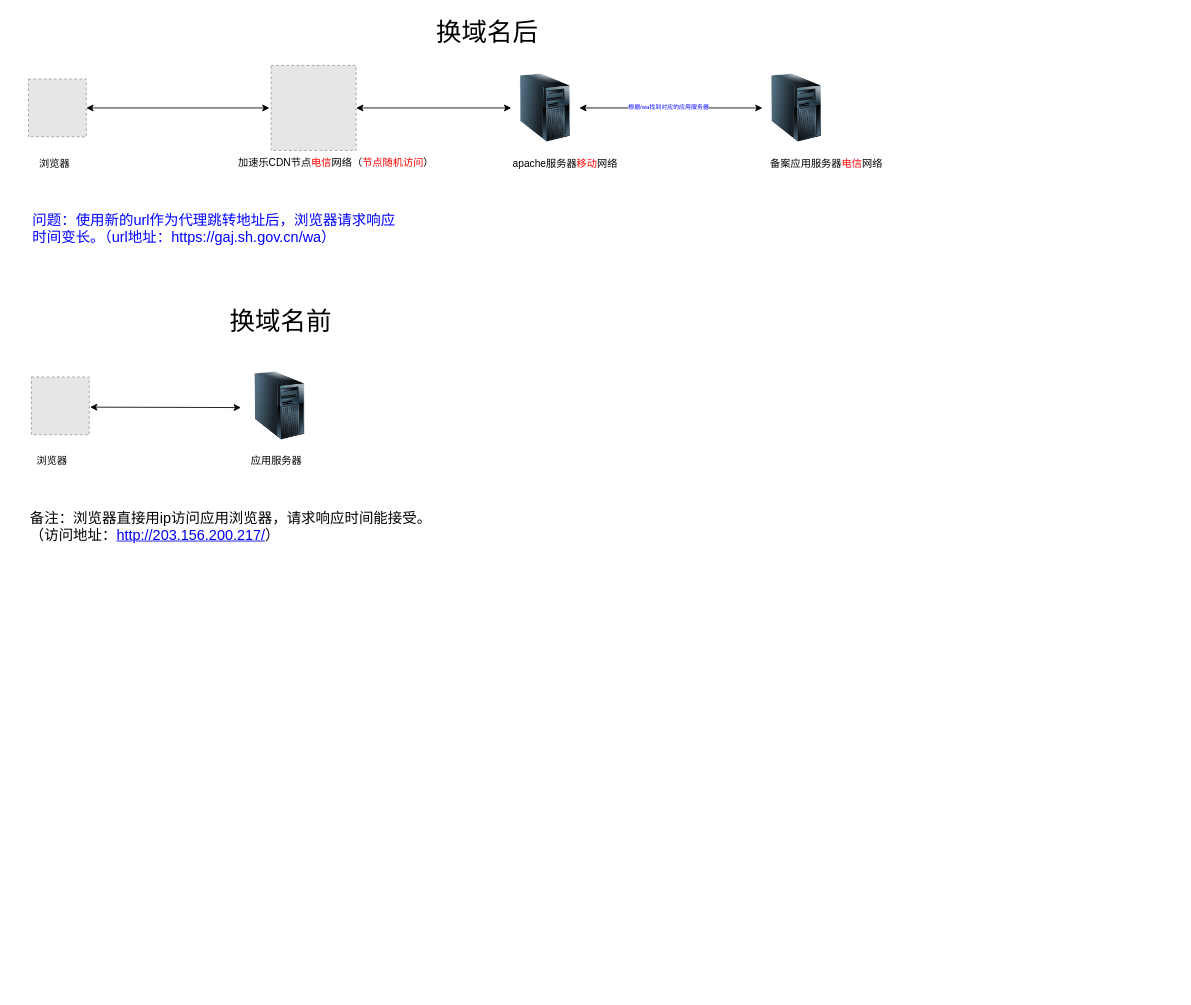
Above: 未命名表单.drawio in wilburli/draw (draw.io), before the change. Source tidied: cells renumbered, new cells numbered last; positions are measured from the earlier drawing's top-left corner, leaving out a move shared by most shapes. Both pictures are drawn from the tidied source at 85%, with x=0, y=0 at pixel (28, 14). Pictures stored in the file or linked from it are replaced by grey dashed boxes.
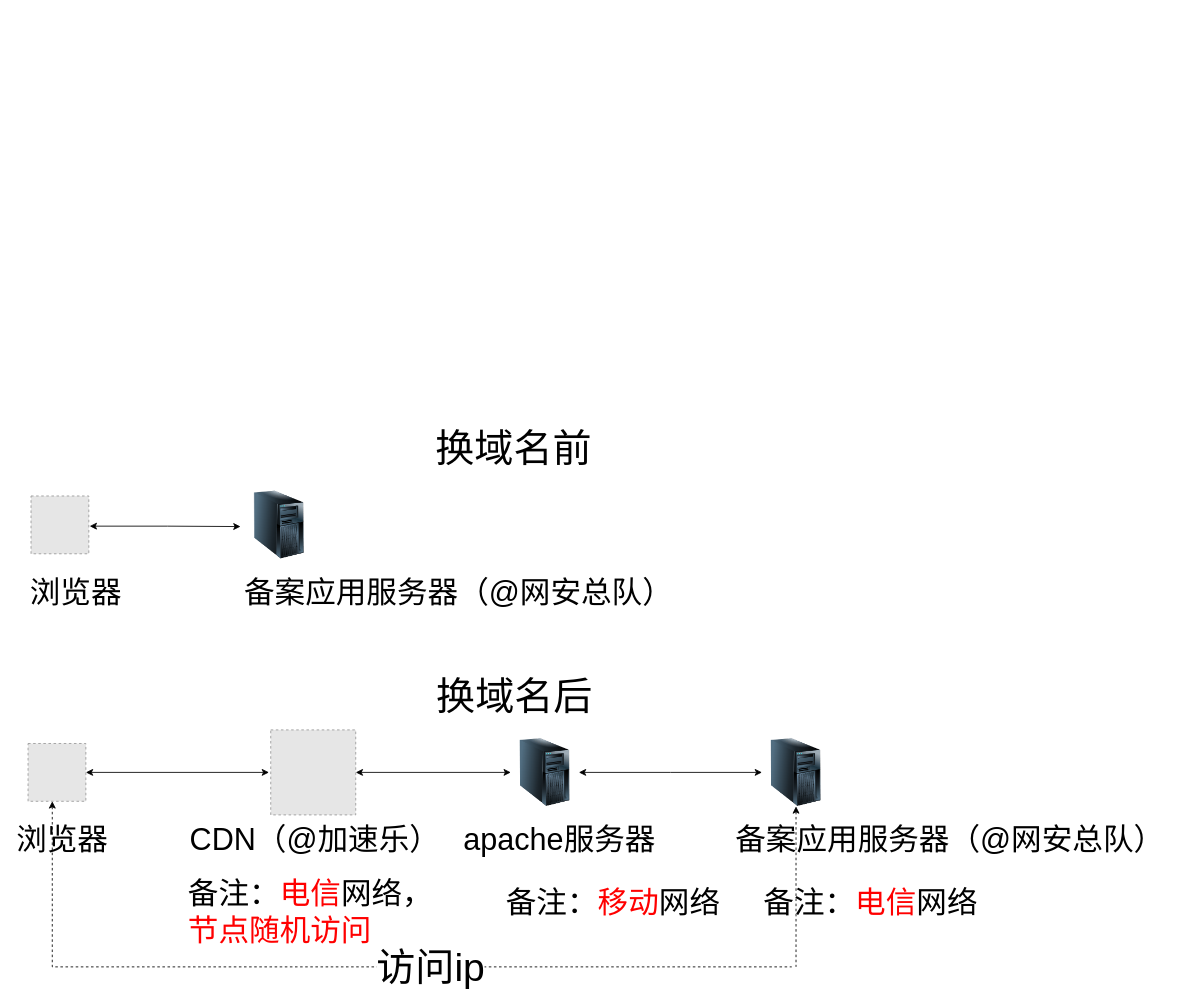
The same page after the edit.

Commit message:
更新未命名表单.drawio

The edit, as a diff of the source:
```diff
@@
     <mxCell id="2" style="edgeStyle=orthogonalEdgeStyle;rounded=0;jettySize=auto;html=1;startArrow=classic;startFill=1;" parent="1" edge="1" source="3">
       <mxGeometry relative="1" as="geometry">
-        <mxPoint x="863.5" y="109.5" as="targetPoint" />
+        <mxPoint x="863" y="891.2" as="targetPoint" />
       </mxGeometry>
     </mxCell>
     <mxCell id="3" style="image;html=1;labelBackgroundColor=#ffffff;image=img/lib/clip_art/computers/Server_Tower_128x128.png;" parent="1" vertex="1">
-      <mxGeometry x="568" y="69.5" width="80" height="80" as="geometry" />
+      <mxGeometry x="567.5" y="851.2" width="80" height="80" as="geometry" />
     </mxCell>
-    <mxCell id="4" value="apache服务器&lt;font color=&quot;#ff0000&quot;&gt;移动&lt;/font&gt;网络" style="text;html=1;align=left;verticalAlign=top;spacingTop=-4;" parent="1" vertex="1">
-      <mxGeometry x="568" y="164.5" width="140" height="20" as="geometry" />
+    <mxCell id="4" value="apache服务器" style="text;html=1;align=left;verticalAlign=top;spacingTop=-4;fontSize=36;" parent="1" vertex="1">
+      <mxGeometry x="510" y="946.2" width="240" height="40" as="geometry" />
     </mxCell>
+    <mxCell id="23" style="edgeStyle=elbowEdgeStyle;rounded=0;jettySize=auto;html=1;startArrow=classic;startFill=1;fontSize=46;endArrow=none;endFill=0;dashed=1;" parent="1" edge="1" source="5">
+      <mxGeometry relative="1" as="geometry">
+        <mxPoint x="903" y="1120" as="targetPoint" />
+      </mxGeometry>
+    </mxCell>
     <mxCell id="5" style="image;html=1;labelBackgroundColor=#ffffff;image=img/lib/clip_art/computers/Server_Tower_128x128.png;" parent="1" vertex="1">
-      <mxGeometry x="863.5" y="69.5" width="80" height="80" as="geometry" />
+      <mxGeometry x="863" y="851.2" width="80" height="80" as="geometry" />
     </mxCell>
-    <mxCell id="6" value="备案应用服务器&lt;font color=&quot;#ff0000&quot;&gt;电信&lt;/font&gt;网络" style="text;html=1;align=left;verticalAlign=top;spacingTop=-4;" parent="1" vertex="1">
-      <mxGeometry x="870.5" y="164.5" width="150" height="20" as="geometry" />
+    <mxCell id="6" value="备案应用服务器（@网安总队）" style="text;html=1;align=left;verticalAlign=top;spacingTop=-4;fontSize=36;" parent="1" vertex="1">
+      <mxGeometry x="830" y="946.2" width="520" height="40" as="geometry" />
     </mxCell>
     <mxCell id="7" style="edgeStyle=orthogonalEdgeStyle;rounded=0;jettySize=auto;html=1;startArrow=classic;startFill=1;entryX=-0.069;entryY=0.525;entryDx=0;entryDy=0;entryPerimeter=0;" parent="1" edge="1" target="8">
       <mxGeometry relative="1" as="geometry">
-        <mxPoint x="72.5" y="461.5" as="sourcePoint" />
+        <mxPoint x="72" y="601.5" as="sourcePoint" />
+        <Array as="points">
+          <mxPoint x="163.5" y="602" />
+        </Array>
       </mxGeometry>
     </mxCell>
     <mxCell id="8" style="image;html=1;labelBackgroundColor=#ffffff;image=img/lib/clip_art/computers/Server_Tower_128x128.png;" parent="1" vertex="1">
-      <mxGeometry x="255.5" y="420" width="80" height="80" as="geometry" />
+      <mxGeometry x="255" y="560" width="80" height="80" as="geometry" />
     </mxCell>
-    <mxCell id="9" value="应用服务器" style="text;html=1;align=left;verticalAlign=top;spacingTop=-4;" parent="1" vertex="1">
-      <mxGeometry x="259.5" y="515" width="80" height="20" as="geometry" />
+    <mxCell id="9" value="备案应用服务器（@网安总队）" style="text;html=1;align=left;verticalAlign=top;spacingTop=-4;fontSize=36;" parent="1" vertex="1">
+      <mxGeometry x="251.5" y="655" width="300" height="30" as="geometry" />
     </mxCell>
-    <mxCell id="10" value="换域名后" style="text;html=1;align=left;verticalAlign=top;spacingTop=-4;fontSize=30;" parent="1" vertex="1">
-      <mxGeometry x="478" width="60" height="20" as="geometry" />
+    <mxCell id="10" value="换域名后" style="text;html=1;align=left;verticalAlign=top;spacingTop=-4;fontSize=46;" parent="1" vertex="1">
+      <mxGeometry x="477.5" y="771.7" width="60" height="20" as="geometry" />
     </mxCell>
-    <mxCell id="11" value="换域名前" style="text;html=1;align=left;verticalAlign=top;spacingTop=-4;fontSize=30;" parent="1" vertex="1">
-      <mxGeometry x="235" y="340" width="140" height="40" as="geometry" />
+    <mxCell id="11" value="换域名前" style="text;html=1;align=left;verticalAlign=top;spacingTop=-4;fontSize=46;" parent="1" vertex="1">
+      <mxGeometry x="477" y="480" width="140" height="40" as="geometry" />
     </mxCell>
+    <mxCell id="24" style="edgeStyle=elbowEdgeStyle;rounded=0;jettySize=auto;html=1;startArrow=classic;startFill=1;fontSize=46;endArrow=none;endFill=0;dashed=1;" parent="1" edge="1" source="12">
+      <mxGeometry relative="1" as="geometry">
+        <mxPoint x="898" y="1120" as="targetPoint" />
+        <Array as="points">
+          <mxPoint x="28" y="1140" />
+          <mxPoint x="918" y="1120" />
+          <mxPoint x="948" y="1170" />
+        </Array>
+      </mxGeometry>
+    </mxCell>
+    <mxCell id="25" value="访问ip" style="text;html=1;align=center;verticalAlign=middle;labelBackgroundColor=#ffffff;fontSize=46;" parent="24" vertex="1">
+      <mxGeometry x="0.2" relative="1" as="geometry" />
+    </mxCell>
     <mxCell id="12" style="fillColor=#E6E6E6;strokeColor=#999999;dashed=1;html=1;verticalAlign=top;verticalLabelPosition=bottom;labelBackgroundColor=#ffffff;fontSize=30;" parent="1" vertex="1">
-      <mxGeometry y="75.5" width="68" height="68" as="geometry" />
+      <mxGeometry x="-0.5" y="857.2" width="68" height="68" as="geometry" />
     </mxCell>
     <mxCell id="13" style="fillColor=#E6E6E6;strokeColor=#999999;dashed=1;html=1;verticalAlign=top;verticalLabelPosition=bottom;labelBackgroundColor=#ffffff;fontSize=30;" parent="1" vertex="1">
-      <mxGeometry x="3.5" y="426" width="68" height="68" as="geometry" />
+      <mxGeometry x="3" y="566" width="68" height="68" as="geometry" />
     </mxCell>
-    <mxCell id="14" value="浏览器" style="text;html=1;align=left;verticalAlign=top;spacingTop=-4;" parent="1" vertex="1">
-      <mxGeometry x="11" y="164.5" width="50" height="20" as="geometry" />
+    <mxCell id="14" value="浏览器" style="text;html=1;align=left;verticalAlign=top;spacingTop=-4;fontSize=36;" parent="1" vertex="1">
+      <mxGeometry x="-16.5" y="946.2" width="50" height="20" as="geometry" />
     </mxCell>
-    <mxCell id="15" value="浏览器" style="text;html=1;align=left;verticalAlign=top;spacingTop=-4;" parent="1" vertex="1">
-      <mxGeometry x="7.5" y="515" width="50" height="20" as="geometry" />
+    <mxCell id="15" value="浏览器" style="text;html=1;align=left;verticalAlign=top;spacingTop=-4;fontSize=36;" parent="1" vertex="1">
+      <mxGeometry x="-0.5" y="655" width="50" height="20" as="geometry" />
     </mxCell>
-    <mxCell id="16" value="问题：使用新的url作为代理跳转地址后，浏览器请求响应&lt;br style=&quot;font-size: 17px&quot;&gt;时间变长。（url地址：https://gaj.sh.gov.cn/wa）" style="text;html=1;align=left;verticalAlign=top;spacingTop=-4;fontSize=17;fontColor=#0000FF;" parent="1" vertex="1">
-      <mxGeometry x="2.5" y="230" width="440" height="40" as="geometry" />
-    </mxCell>
-    <mxCell id="17" value="备注：浏览器直接用ip访问应用浏览器，请求响应时间能接受。&lt;br&gt;（访问地址：&lt;a href=&quot;http://203.156.200.217/&quot;&gt;http://203.156.200.217/&lt;/a&gt;）" style="text;html=1;align=left;verticalAlign=top;spacingTop=-4;fontSize=17;" parent="1" vertex="1">
-      <mxGeometry x="-0.5" y="580" width="490" height="40" as="geometry" />
-    </mxCell>
-    <mxCell id="18" value="根据/wa找到对应的应用服务器" style="text;html=1;align=center;verticalAlign=middle;labelBackgroundColor=#ffffff;fontSize=7;fontColor=#0000FF;" parent="1" vertex="1">
-      <mxGeometry x="743.5" y="107" as="geometry">
-        <mxPoint x="9" y="1" as="offset" />
-      </mxGeometry>
-    </mxCell>
@@
     <mxCell id="20" style="fillColor=#E6E6E6;strokeColor=#999999;dashed=1;html=1;verticalAlign=top;verticalLabelPosition=bottom;labelBackgroundColor=#ffffff;" parent="1" vertex="1">
-      <mxGeometry x="285.5" y="59.5" width="100" height="100" as="geometry" />
+      <mxGeometry x="285" y="841.2" width="100" height="100" as="geometry" />
     </mxCell>
     <mxCell id="21" style="edgeStyle=orthogonalEdgeStyle;rounded=0;orthogonalLoop=1;jettySize=auto;html=1;startArrow=classic;startFill=1;" parent="1" edge="1">
       <mxGeometry relative="1" as="geometry">
-        <mxPoint x="68" y="109.5" as="sourcePoint" />
-        <mxPoint x="283.5" y="109.5" as="targetPoint" />
+        <mxPoint x="67.5" y="891.2" as="sourcePoint" />
+        <mxPoint x="283" y="891.2" as="targetPoint" />
       </mxGeometry>
     </mxCell>
-    <mxCell id="22" value="加速乐CDN节点&lt;font color=&quot;#ff0000&quot;&gt;电信&lt;/font&gt;网络（&lt;font color=&quot;#ff0000&quot;&gt;节点随机访问&lt;/font&gt;）" style="text;html=1;align=left;verticalAlign=top;spacingTop=-4;" parent="1" vertex="1">
-      <mxGeometry x="244.5" y="164" width="250" height="20" as="geometry" />
+    <mxCell id="22" value="CDN（@加速乐）" style="text;html=1;align=left;verticalAlign=top;spacingTop=-4;fontSize=36;" parent="1" vertex="1">
+      <mxGeometry x="188" y="946.2" width="310" height="40" as="geometry" />
     </mxCell>
+    <mxCell id="26" value="备注：&lt;font color=&quot;#ff0000&quot;&gt;电信&lt;/font&gt;网络，&lt;br&gt;&lt;font color=&quot;#ff0000&quot;&gt;节点随机访问&lt;/font&gt;" style="text;html=1;align=left;verticalAlign=top;spacingTop=-4;fontSize=36;" parent="1" vertex="1">
+      <mxGeometry x="185.5" y="1010.2" width="300" height="90" as="geometry" />
+    </mxCell>
+    <mxCell id="27" value="备注：&lt;font color=&quot;#ff0000&quot;&gt;移动&lt;/font&gt;网络" style="text;html=1;align=left;verticalAlign=top;spacingTop=-4;fontSize=36;" parent="1" vertex="1">
+      <mxGeometry x="560" y="1020.2" width="270" height="40" as="geometry" />
+    </mxCell>
+    <mxCell id="28" value="备注：&lt;font color=&quot;#ff0000&quot;&gt;电信&lt;/font&gt;网络" style="text;html=1;align=left;verticalAlign=top;spacingTop=-4;fontSize=36;" parent="1" vertex="1">
+      <mxGeometry x="863" y="1020.2" width="270" height="40" as="geometry" />
+    </mxCell>
```
